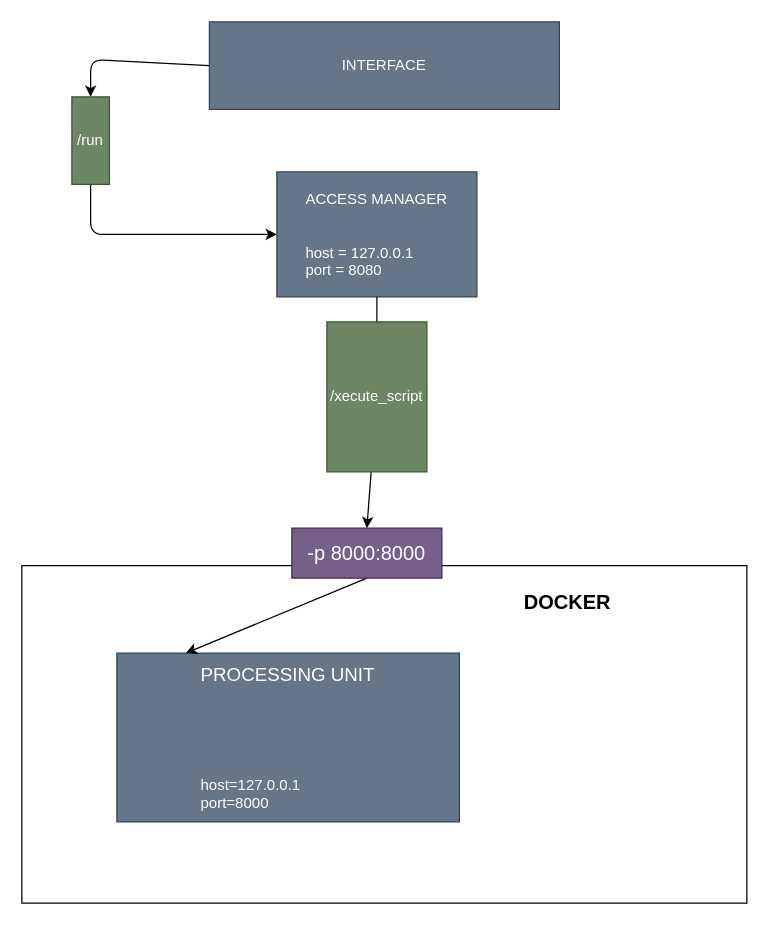
Earlier version of the draw.io diagram assets/componente_v2_drawio.drawio (Applied-Artificial-Intelligence-Eurecat/IMPETUS-Utils). Source tidied: cells renumbered, new cells numbered last; positions are measured from the earlier drawing's top-left corner, leaving out a move shared by most shapes. Both pictures are drawn from the tidied source at 125%, with x=0, y=0 at pixel (21, 21).
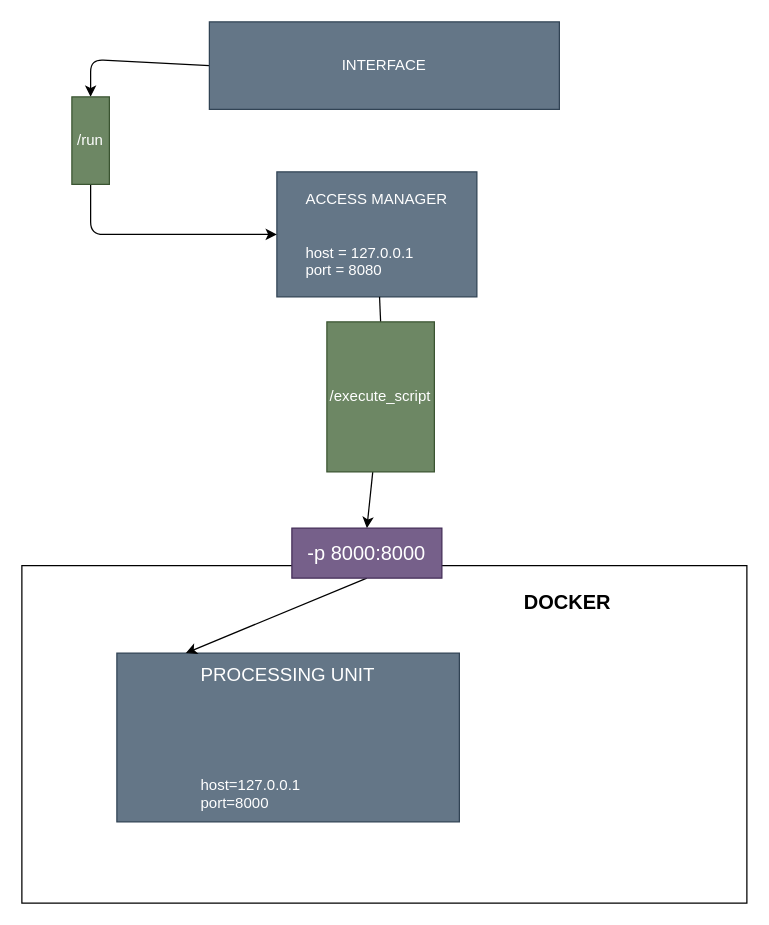
After the change.

Change to the diagram source:
```diff
@@
 <mxGraphModel>
   <root>
     <mxCell id="0" />
     <mxCell id="1" parent="0" />
     <mxCell id="2" style="edgeStyle=none;html=1;entryX=0.5;entryY=0;entryDx=0;entryDy=0;fontSize=16;startArrow=none;" parent="1" edge="1" source="13" target="11">
       <mxGeometry relative="1" as="geometry" />
     </mxCell>
     <mxCell id="3" value="ACCESS MANAGER&lt;br&gt;&lt;br&gt;&lt;br&gt;&lt;div style=&quot;text-align: justify;&quot;&gt;&lt;span style=&quot;background-color: initial;&quot;&gt;host = 127.0.0.1&lt;/span&gt;&lt;/div&gt;&lt;div style=&quot;text-align: justify;&quot;&gt;&lt;span style=&quot;background-color: initial;&quot;&gt;port = 8080&lt;/span&gt;&lt;/div&gt;" style="whiteSpace=wrap;html=1;fillColor=#647687;fontColor=#ffffff;strokeColor=#314354;" parent="1" vertex="1">
       <mxGeometry x="204" y="120" width="160" height="100" as="geometry" />
     </mxCell>
     <mxCell id="4" style="edgeStyle=none;html=1;exitX=0;exitY=0.5;exitDx=0;exitDy=0;entryX=0;entryY=0.5;entryDx=0;entryDy=0;" parent="1" edge="1" source="5" target="8">
       <mxGeometry relative="1" as="geometry">
         <Array as="points">
           <mxPoint x="55" y="30" />
         </Array>
       </mxGeometry>
     </mxCell>
     <mxCell id="5" value="INTERFACE" style="whiteSpace=wrap;html=1;fillColor=#647687;fontColor=#ffffff;strokeColor=#314354;" parent="1" vertex="1">
       <mxGeometry x="150" width="280" height="70" as="geometry" />
     </mxCell>
     <mxCell id="6" value="&lt;b&gt;&lt;font style=&quot;font-size: 16px;&quot;&gt;&amp;nbsp; &amp;nbsp; &amp;nbsp; &amp;nbsp; &amp;nbsp; &amp;nbsp; &amp;nbsp; &amp;nbsp; &amp;nbsp; &amp;nbsp; &amp;nbsp; &amp;nbsp; &amp;nbsp; &amp;nbsp; &amp;nbsp; &amp;nbsp; &amp;nbsp; &amp;nbsp; &amp;nbsp; &amp;nbsp; &amp;nbsp; &amp;nbsp; &amp;nbsp; &amp;nbsp; &amp;nbsp; &amp;nbsp; &amp;nbsp; &amp;nbsp; &amp;nbsp; &amp;nbsp; &amp;nbsp; &amp;nbsp; &amp;nbsp; DOCKER&lt;br&gt;&lt;br&gt;&lt;br&gt;&lt;br&gt;&lt;br&gt;&lt;br&gt;&lt;br&gt;&lt;br&gt;&lt;br&gt;&lt;br&gt;&lt;br&gt;&lt;br&gt;&lt;/font&gt;&lt;/b&gt;" style="whiteSpace=wrap;html=1;" parent="1" vertex="1">
       <mxGeometry y="435" width="580" height="270" as="geometry" />
     </mxCell>
     <mxCell id="7" style="edgeStyle=none;html=1;exitX=1;exitY=0.5;exitDx=0;exitDy=0;entryX=0;entryY=0.5;entryDx=0;entryDy=0;" parent="1" edge="1" source="8" target="3">
       <mxGeometry relative="1" as="geometry">
         <Array as="points">
           <mxPoint x="55" y="170" />
         </Array>
       </mxGeometry>
     </mxCell>
     <mxCell id="8" value="/run" style="whiteSpace=wrap;html=1;fillColor=#6d8764;fontColor=#ffffff;strokeColor=#3A5431;direction=south;" parent="1" vertex="1">
       <mxGeometry x="40" y="60" width="30" height="70" as="geometry" />
     </mxCell>
     <mxCell id="9" value="&lt;font style=&quot;font-size: 15px;&quot;&gt;PROCESSING UNIT&lt;br&gt;&lt;/font&gt;&lt;br&gt;&lt;br&gt;&lt;br&gt;&lt;br&gt;&lt;br&gt;&lt;div style=&quot;text-align: left;&quot;&gt;&lt;span style=&quot;background-color: initial;&quot;&gt;host=127.0.0.1&lt;/span&gt;&lt;/div&gt;&lt;div style=&quot;text-align: left;&quot;&gt;&lt;span style=&quot;background-color: initial;&quot;&gt;port=8000&lt;/span&gt;&lt;/div&gt;" style="whiteSpace=wrap;html=1;fillColor=#647687;fontColor=#ffffff;strokeColor=#314354;" parent="1" vertex="1">
       <mxGeometry x="76" y="505" width="274" height="135" as="geometry" />
     </mxCell>
     <mxCell id="10" style="edgeStyle=none;html=1;exitX=0.5;exitY=1;exitDx=0;exitDy=0;entryX=0.201;entryY=0;entryDx=0;entryDy=0;entryPerimeter=0;fontSize=16;" parent="1" edge="1" source="11" target="9">
       <mxGeometry relative="1" as="geometry" />
     </mxCell>
     <mxCell id="11" value="-p 8000:8000" style="whiteSpace=wrap;html=1;fontSize=16;fillColor=#76608a;fontColor=#ffffff;strokeColor=#432D57;" parent="1" vertex="1">
       <mxGeometry x="216" y="405" width="120" height="40" as="geometry" />
     </mxCell>
     <mxCell id="12" style="edgeStyle=none;html=1;entryX=0;entryY=0.5;entryDx=0;entryDy=0;fontSize=16;endArrow=none;" parent="1" edge="1" source="3" target="13">
       <mxGeometry relative="1" as="geometry" />
     </mxCell>
-    <mxCell id="13" value="/xecute_script&lt;br&gt;" style="whiteSpace=wrap;html=1;fillColor=#6d8764;fontColor=#ffffff;strokeColor=#3A5431;direction=south;" parent="1" vertex="1">
-      <mxGeometry x="244" y="240" width="80" height="120" as="geometry" />
+    <mxCell id="13" value="/execute_script" style="whiteSpace=wrap;html=1;fillColor=#6d8764;fontColor=#ffffff;strokeColor=#3A5431;direction=south;" parent="1" vertex="1">
+      <mxGeometry x="244" y="240" width="86" height="120" as="geometry" />
     </mxCell>
   </root>
 </mxGraphModel>
```
